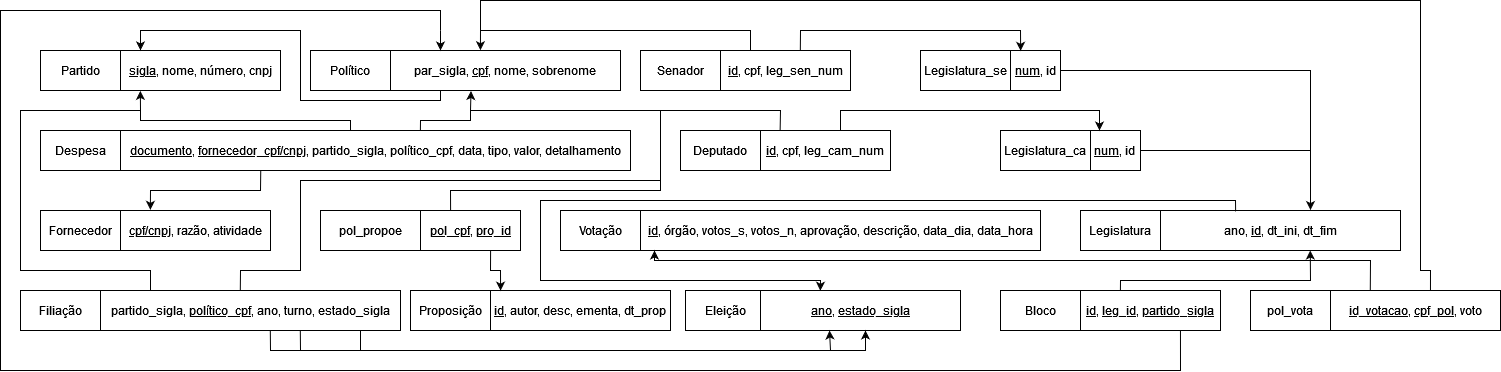
This is Modelo_Relacional.drawio.png from EnzoGuido1/Sistema-de-analise-de-dados-abertos, a draw.io export, as it was before one commit. Source tidied: cells renumbered, new cells last; positions are measured from the earlier drawing's top-left corner, leaving out a move shared by most shapes.
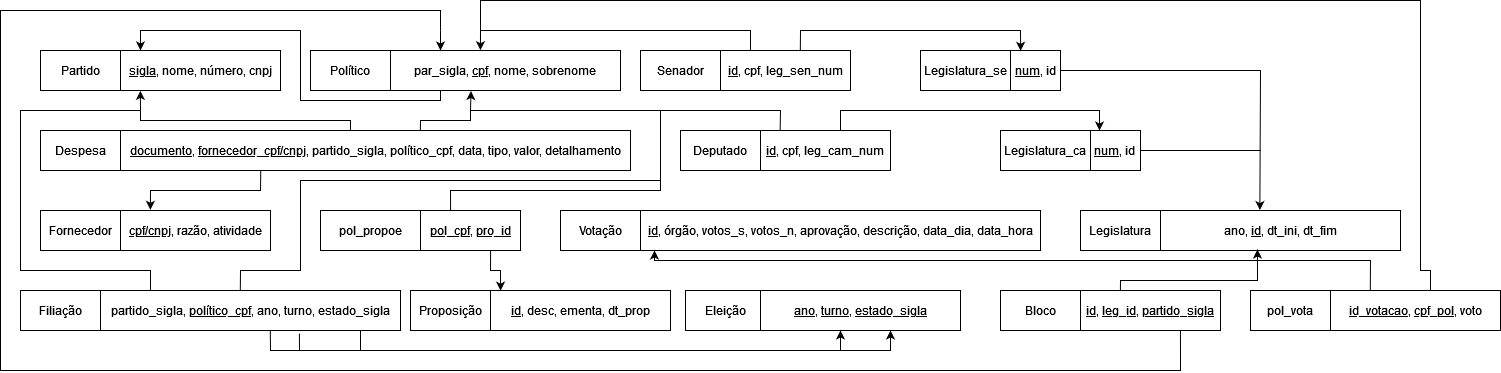
Later version of the same file.

Commit message:
Dados processados, MER e relacional atualizados

Change to the diagram source:
```diff
@@ -82,7 +82,7 @@
     <mxCell id="25" value="Proposição" style="rounded=0;whiteSpace=wrap;html=1;" parent="1" vertex="1">
       <mxGeometry x="410" y="290" width="80" height="40" as="geometry" />
     </mxCell>
-    <mxCell id="26" value="&lt;u&gt;id&lt;/u&gt;, autor, desc, ementa, dt_prop" style="rounded=0;whiteSpace=wrap;html=1;" parent="1" vertex="1">
+    <mxCell id="26" value="&lt;u&gt;id&lt;/u&gt;, desc, ementa, dt_prop" style="rounded=0;whiteSpace=wrap;html=1;" parent="1" vertex="1">
       <mxGeometry x="490" y="290" width="180" height="40" as="geometry" />
     </mxCell>
     <mxCell id="27" value="Votação" style="rounded=0;whiteSpace=wrap;html=1;" parent="1" vertex="1">
@@ -126,16 +126,16 @@
         </Array>
       </mxGeometry>
     </mxCell>
-    <mxCell id="33" style="endArrow=classic;html=1;rounded=0;exitX=1;exitY=0.5;exitDx=0;exitDy=0;entryX=0.625;entryY=-0.012;entryDx=0;entryDy=0;entryPerimeter=0;" parent="1" edge="1" source="10" target="14">
+    <mxCell id="33" style="endArrow=classic;html=1;rounded=0;exitX=1;exitY=0.5;exitDx=0;exitDy=0;entryX=0.414;entryY=-0.012;entryDx=0;entryDy=0;entryPerimeter=0;" parent="1" edge="1" source="10" target="14">
       <mxGeometry relative="1" as="geometry">
         <Array as="points">
-          <mxPoint x="1310" y="70" />
+          <mxPoint x="1260" y="70" />
         </Array>
       </mxGeometry>
     </mxCell>
     <mxCell id="34" style="endArrow=none;html=1;rounded=0;exitX=1;exitY=0.5;exitDx=0;exitDy=0;" parent="1" edge="1" source="12">
       <mxGeometry relative="1" as="geometry">
-        <mxPoint x="1310" y="150" as="targetPoint" />
+        <mxPoint x="1260" y="150" as="targetPoint" />
       </mxGeometry>
     </mxCell>
     <mxCell id="35" style="endArrow=classic;html=1;rounded=0;exitX=0.275;exitY=0.998;exitDx=0;exitDy=0;exitPerimeter=0;entryX=0.199;entryY=-0.017;entryDx=0;entryDy=0;entryPerimeter=0;" parent="1" edge="1" source="18" target="20">
@@ -184,25 +184,14 @@
     <mxCell id="40" value="Eleição" style="rounded=0;whiteSpace=wrap;html=1;" parent="1" vertex="1">
       <mxGeometry x="685" y="290" width="80" height="40" as="geometry" />
     </mxCell>
-    <mxCell id="41" value="&lt;u&gt;ano&lt;/u&gt;, &lt;u&gt;estado_sigla&lt;/u&gt;" style="rounded=0;whiteSpace=wrap;html=1;" parent="1" vertex="1">
+    <mxCell id="41" value="&lt;u&gt;ano&lt;/u&gt;, &lt;u&gt;turno&lt;/u&gt;,&amp;nbsp;&lt;u&gt;estado_sigla&lt;/u&gt;" style="rounded=0;whiteSpace=wrap;html=1;" parent="1" vertex="1">
       <mxGeometry x="760" y="290" width="200" height="40" as="geometry" />
     </mxCell>
-    <mxCell id="42" style="endArrow=classic;html=1;rounded=0;entryX=0.299;entryY=0.006;entryDx=0;entryDy=0;exitX=0.313;exitY=0.025;exitDx=0;exitDy=0;exitPerimeter=0;entryPerimeter=0;" parent="1" edge="1" source="14" target="41">
-      <mxGeometry relative="1" as="geometry">
-        <Array as="points">
-          <mxPoint x="1235" y="200" />
-          <mxPoint x="1060" y="200" />
-          <mxPoint x="540" y="200" />
-          <mxPoint x="540" y="280" />
-          <mxPoint x="820" y="280" />
-        </Array>
-      </mxGeometry>
-    </mxCell>
-    <mxCell id="43" style="endArrow=classic;html=1;rounded=0;entryX=0.345;entryY=1;entryDx=0;entryDy=0;entryPerimeter=0;exitX=0.666;exitY=0.994;exitDx=0;exitDy=0;exitPerimeter=0;" parent="1" edge="1" source="22" target="41">
+    <mxCell id="43" style="endArrow=classic;html=1;rounded=0;entryX=0.4;entryY=1;entryDx=0;entryDy=0;entryPerimeter=0;exitX=0.663;exitY=1.075;exitDx=0;exitDy=0;exitPerimeter=0;" parent="1" edge="1" source="22" target="41">
       <mxGeometry relative="1" as="geometry">
         <Array as="points">
-          <mxPoint x="300" y="350" />
-          <mxPoint x="830" y="350" />
+          <mxPoint x="299" y="350" />
+          <mxPoint x="840" y="350" />
         </Array>
       </mxGeometry>
     </mxCell>
@@ -244,10 +233,10 @@
     </mxCell>
     <mxCell id="49" style="endArrow=classic;html=1;rounded=0;entryX=0.5;entryY=1;entryDx=0;entryDy=0;" parent="1" edge="1">
       <mxGeometry relative="1" as="geometry">
-        <mxPoint x="780" y="350" as="sourcePoint" />
-        <mxPoint x="865" y="330" as="targetPoint" />
+        <mxPoint x="805" y="350" as="sourcePoint" />
+        <mxPoint x="890" y="330" as="targetPoint" />
         <Array as="points">
-          <mxPoint x="865" y="350" />
+          <mxPoint x="890" y="350" />
         </Array>
       </mxGeometry>
     </mxCell>
@@ -257,11 +246,11 @@
         <mxPoint x="360" y="350" as="targetPoint" />
       </mxGeometry>
     </mxCell>
-    <mxCell id="51" style="endArrow=classic;html=1;rounded=0;exitX=0.285;exitY=-0.005;exitDx=0;exitDy=0;exitPerimeter=0;entryX=0.624;entryY=1;entryDx=0;entryDy=0;entryPerimeter=0;" parent="1" edge="1" source="48" target="14">
+    <mxCell id="51" style="endArrow=classic;html=1;rounded=0;exitX=0.285;exitY=-0.005;exitDx=0;exitDy=0;exitPerimeter=0;entryX=0.404;entryY=0.975;entryDx=0;entryDy=0;entryPerimeter=0;" parent="1" edge="1" source="48" target="14">
       <mxGeometry relative="1" as="geometry">
         <Array as="points">
           <mxPoint x="1120" y="280" />
-          <mxPoint x="1310" y="280" />
+          <mxPoint x="1257" y="280" />
         </Array>
       </mxGeometry>
     </mxCell>
```
